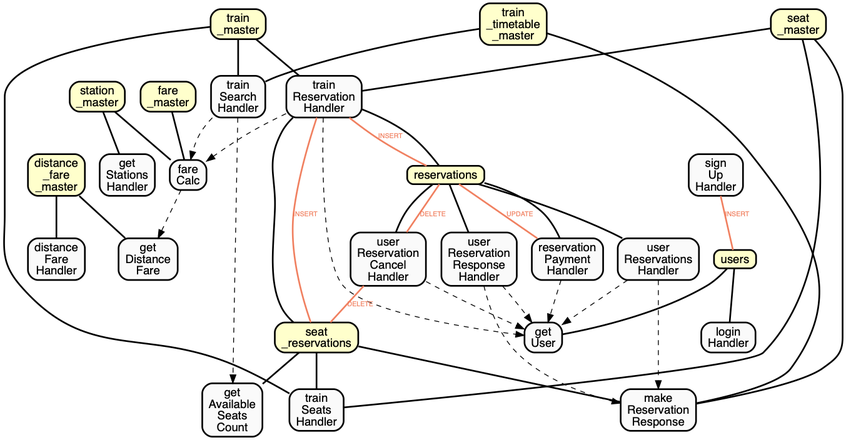
This is utils/sqlgraph.png from Muratam/isucon9f, a Graphviz export, as it was before one commit. Its source is kept beside it as utils/sqlgraph.dot.
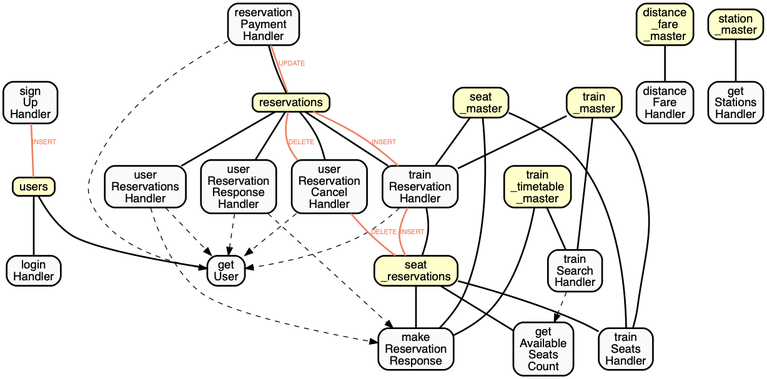
The same file after the commit.

Diff of the diagram source:
```diff
@@ -15,77 +15,59 @@
         fontname = "Helvetica",
         style = "dashed",
     ];
-      a2 -> a4;
-a2[label="fare
-Calc"];
-a4[label="get
-Distance
-Fare"];
-a9 -> a6;
-a9[label="reservation
+      a7 -> a4;
+a7[label="reservation
 Payment
 Handler"];
-a6[label="get
+a4[label="get
 User"];
-a11 -> a2;
-a11[label="train
+a9 -> a4;
+a9[label="train
 Reservation
 Handler"];
-a2[label="fare
-Calc"];
-a11 -> a6;
-a11[label="train
-Reservation
-Handler"];
-a6[label="get
+a4[label="get
 User"];
-a12 -> a2;
-a12[label="train
+a10 -> a2;
+a10[label="train
 Search
 Handler"];
-a2[label="fare
-Calc"];
-a12 -> a3;
-a12[label="train
-Search
-Handler"];
-a3[label="get
+a2[label="get
 Available
 Seats
 Count"];
-a14 -> a6;
-a14[label="user
+a12 -> a4;
+a12[label="user
 Reservation
 Cancel
 Handler"];
-a6[label="get
+a4[label="get
 User"];
-a15 -> a6;
-a15[label="user
+a13 -> a4;
+a13[label="user
 Reservation
 Response
 Handler"];
-a6[label="get
+a4[label="get
 User"];
-a15 -> a8;
-a15[label="user
+a13 -> a6;
+a13[label="user
 Reservation
 Response
 Handler"];
-a8[label="make
+a6[label="make
 Reservation
 Response"];
-a16 -> a6;
-a16[label="user
+a14 -> a4;
+a14[label="user
 Reservations
 Handler"];
-a6[label="get
+a4[label="get
 User"];
-a16 -> a8;
-a16[label="user
+a14 -> a6;
+a14[label="user
 Reservations
 Handler"];
-a8[label="make
+a6[label="make
 Reservation
 Response"];
 
@@ -96,66 +78,80 @@
 a1[label="distance
 Fare
 Handler"];
-station_master -> a2[style="bold"][dir="none"];
-station_master[label="station
-_master",shape=box, style="filled, bold, rounded", fillcolor="#ffffcc"];
-fare_master -> a2[style="bold"][dir="none"];
-fare_master[label="fare
-_master",shape=box, style="filled, bold, rounded", fillcolor="#ffffcc"];
-a2[label="fare
-Calc"];
-seat_reservations -> a3[style="bold"][dir="none"];
+seat_reservations -> a2[style="bold"][dir="none"];
 seat_reservations[label="seat
 _reservations",shape=box, style="filled, bold, rounded", fillcolor="#ffffcc"];
-a3[label="get
+a2[label="get
 Available
 Seats
 Count"];
-distance_fare_master -> a4[style="bold"][dir="none"];
-distance_fare_master[label="distance
-_fare
-_master",shape=box, style="filled, bold, rounded", fillcolor="#ffffcc"];
-a4[label="get
-Distance
-Fare"];
-station_master -> a5[style="bold"][dir="none"];
+station_master -> a3[style="bold"][dir="none"];
 station_master[label="station
 _master",shape=box, style="filled, bold, rounded", fillcolor="#ffffcc"];
-a5[label="get
+a3[label="get
 Stations
 Handler"];
-users -> a6[style="bold"][dir="none"];
+users -> a4[style="bold"][dir="none"];
 users[label="users",shape=box, style="filled, bold, rounded", fillcolor="#ffffcc"];
-a6[label="get
+a4[label="get
 User"];
-users -> a7[style="bold"][dir="none"];
+users -> a5[style="bold"][dir="none"];
 users[label="users",shape=box, style="filled, bold, rounded", fillcolor="#ffffcc"];
-a7[label="login
+a5[label="login
 Handler"];
-train_timetable_master -> a8[style="bold"][dir="none"];
+train_timetable_master -> a6[style="bold"][dir="none"];
 train_timetable_master[label="train
 _timetable
 _master",shape=box, style="filled, bold, rounded", fillcolor="#ffffcc"];
-seat_reservations -> a8[style="bold"][dir="none"];
+seat_reservations -> a6[style="bold"][dir="none"];
 seat_reservations[label="seat
 _reservations",shape=box, style="filled, bold, rounded", fillcolor="#ffffcc"];
-seat_master -> a8[style="bold"][dir="none"];
+seat_master -> a6[style="bold"][dir="none"];
 seat_master[label="seat
 _master",shape=box, style="filled, bold, rounded", fillcolor="#ffffcc"];
-a8[label="make
+a6[label="make
 Reservation
 Response"];
+reservations -> a7[style="bold"][dir="none"];
+reservations[label="reservations",shape=box, style="filled, bold, rounded", fillcolor="#ffffcc"];
+a7 -> reservations[style="bold",dir="none",label="UPDATE",color="#f08060",fontcolor="#f08060"];
+reservations[label="reservations",shape=box, style="filled, bold, rounded", fillcolor="#ffffcc"];
+a7[label="reservation
+Payment
+Handler"];
+a8 -> users[style="bold",dir="none",label="INSERT",color="#f08060",fontcolor="#f08060"];
+users[label="users",shape=box, style="filled, bold, rounded", fillcolor="#ffffcc"];
+a8[label="sign
+Up
+Handler"];
+train_master -> a9[style="bold"][dir="none"];
+train_master[label="train
+_master",shape=box, style="filled, bold, rounded", fillcolor="#ffffcc"];
+seat_master -> a9[style="bold"][dir="none"];
+seat_master[label="seat
+_master",shape=box, style="filled, bold, rounded", fillcolor="#ffffcc"];
+seat_reservations -> a9[style="bold"][dir="none"];
+seat_reservations[label="seat
+_reservations",shape=box, style="filled, bold, rounded", fillcolor="#ffffcc"];
 reservations -> a9[style="bold"][dir="none"];
 reservations[label="reservations",shape=box, style="filled, bold, rounded", fillcolor="#ffffcc"];
-a9 -> reservations[style="bold",dir="none",label="UPDATE",color="#f08060",fontcolor="#f08060"];
+a9 -> reservations[style="bold",dir="none",label="INSERT",color="#f08060",fontcolor="#f08060"];
 reservations[label="reservations",shape=box, style="filled, bold, rounded", fillcolor="#ffffcc"];
-a9[label="reservation
-Payment
+a9 -> seat_reservations[style="bold",dir="none",label="INSERT",color="#f08060",fontcolor="#f08060"];
+seat_reservations[label="seat
+_reservations",shape=box, style="filled, bold, rounded", fillcolor="#ffffcc"];
+a9[label="train
+Reservation
 Handler"];
-a10 -> users[style="bold",dir="none",label="INSERT",color="#f08060",fontcolor="#f08060"];
-users[label="users",shape=box, style="filled, bold, rounded", fillcolor="#ffffcc"];
-a10[label="sign
-Up
+train_master -> a10[style="bold"][dir="none"];
+train_master[label="train
+_master",shape=box, style="filled, bold, rounded", fillcolor="#ffffcc"];
+train_timetable_master -> a10[style="bold"][dir="none"];
+train_timetable_master[label="train
+_timetable
+_master",shape=box, style="filled, bold, rounded", fillcolor="#ffffcc"];
+a10[label="train
+Search
 Handler"];
 train_master -> a11[style="bold"][dir="none"];
 train_master[label="train
@@ -166,58 +162,29 @@
 seat_reservations -> a11[style="bold"][dir="none"];
 seat_reservations[label="seat
 _reservations",shape=box, style="filled, bold, rounded", fillcolor="#ffffcc"];
-reservations -> a11[style="bold"][dir="none"];
+a11[label="train
+Seats
+Handler"];
+reservations -> a12[style="bold"][dir="none"];
 reservations[label="reservations",shape=box, style="filled, bold, rounded", fillcolor="#ffffcc"];
-a11 -> reservations[style="bold",dir="none",label="INSERT",color="#f08060",fontcolor="#f08060"];
+a12 -> reservations[style="bold",dir="none",label="DELETE",color="#f08060",fontcolor="#f08060"];
 reservations[label="reservations",shape=box, style="filled, bold, rounded", fillcolor="#ffffcc"];
-a11 -> seat_reservations[style="bold",dir="none",label="INSERT",color="#f08060",fontcolor="#f08060"];
+a12 -> seat_reservations[style="bold",dir="none",label="DELETE",color="#f08060",fontcolor="#f08060"];
 seat_reservations[label="seat
 _reservations",shape=box, style="filled, bold, rounded", fillcolor="#ffffcc"];
-a11[label="train
+a12[label="user
 Reservation
+Cancel
 Handler"];
-train_master -> a12[style="bold"][dir="none"];
-train_master[label="train
-_master",shape=box, style="filled, bold, rounded", fillcolor="#ffffcc"];
-train_timetable_master -> a12[style="bold"][dir="none"];
-train_timetable_master[label="train
-_timetable
-_master",shape=box, style="filled, bold, rounded", fillcolor="#ffffcc"];
-a12[label="train
-Search
-Handler"];
-train_master -> a13[style="bold"][dir="none"];
-train_master[label="train
-_master",shape=box, style="filled, bold, rounded", fillcolor="#ffffcc"];
-seat_master -> a13[style="bold"][dir="none"];
-seat_master[label="seat
-_master",shape=box, style="filled, bold, rounded", fillcolor="#ffffcc"];
-seat_reservations -> a13[style="bold"][dir="none"];
-seat_reservations[label="seat
-_reservations",shape=box, style="filled, bold, rounded", fillcolor="#ffffcc"];
-a13[label="train
-Seats
+reservations -> a13[style="bold"][dir="none"];
+reservations[label="reservations",shape=box, style="filled, bold, rounded", fillcolor="#ffffcc"];
+a13[label="user
+Reservation
+Response
 Handler"];
 reservations -> a14[style="bold"][dir="none"];
 reservations[label="reservations",shape=box, style="filled, bold, rounded", fillcolor="#ffffcc"];
-a14 -> reservations[style="bold",dir="none",label="DELETE",color="#f08060",fontcolor="#f08060"];
-reservations[label="reservations",shape=box, style="filled, bold, rounded", fillcolor="#ffffcc"];
-a14 -> seat_reservations[style="bold",dir="none",label="DELETE",color="#f08060",fontcolor="#f08060"];
-seat_reservations[label="seat
-_reservations",shape=box, style="filled, bold, rounded", fillcolor="#ffffcc"];
 a14[label="user
-Reservation
-Cancel
-Handler"];
-reservations -> a15[style="bold"][dir="none"];
-reservations[label="reservations",shape=box, style="filled, bold, rounded", fillcolor="#ffffcc"];
-a15[label="user
-Reservation
-Response
-Handler"];
-reservations -> a16[style="bold"][dir="none"];
-reservations[label="reservations",shape=box, style="filled, bold, rounded", fillcolor="#ffffcc"];
-a16[label="user
 Reservations
 Handler"];
 
```
